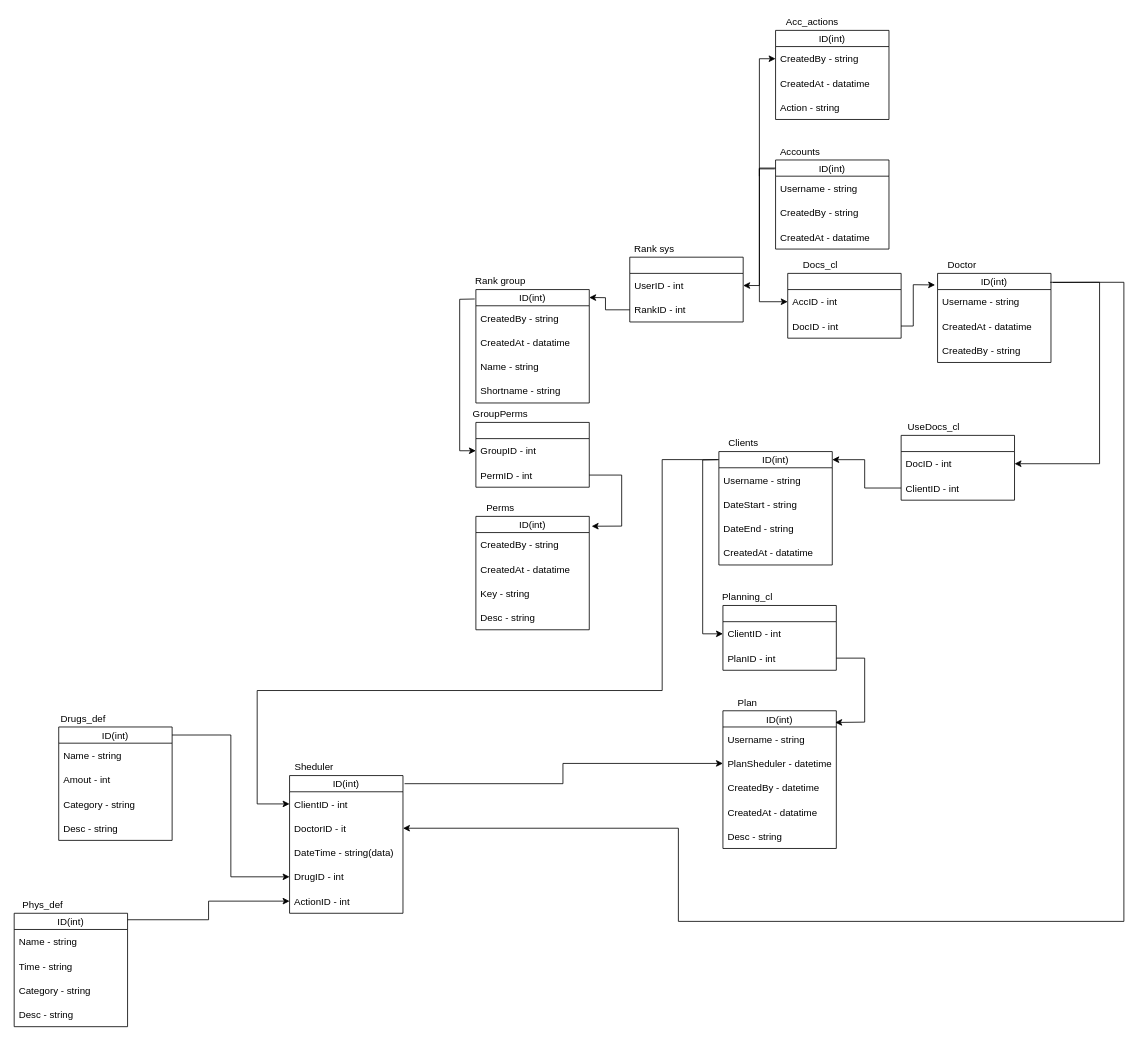
Before: database_sv/ASU-BD.drawio in SlinkyLink/ACS-MED, a draw.io diagram. Source tidied: cells renumbered, new cells numbered last; positions are measured from the earlier drawing's top-left corner, leaving out a move shared by most shapes. Both pictures are drawn from the tidied source at 81%, with x=0, y=0 at pixel (14, 14).
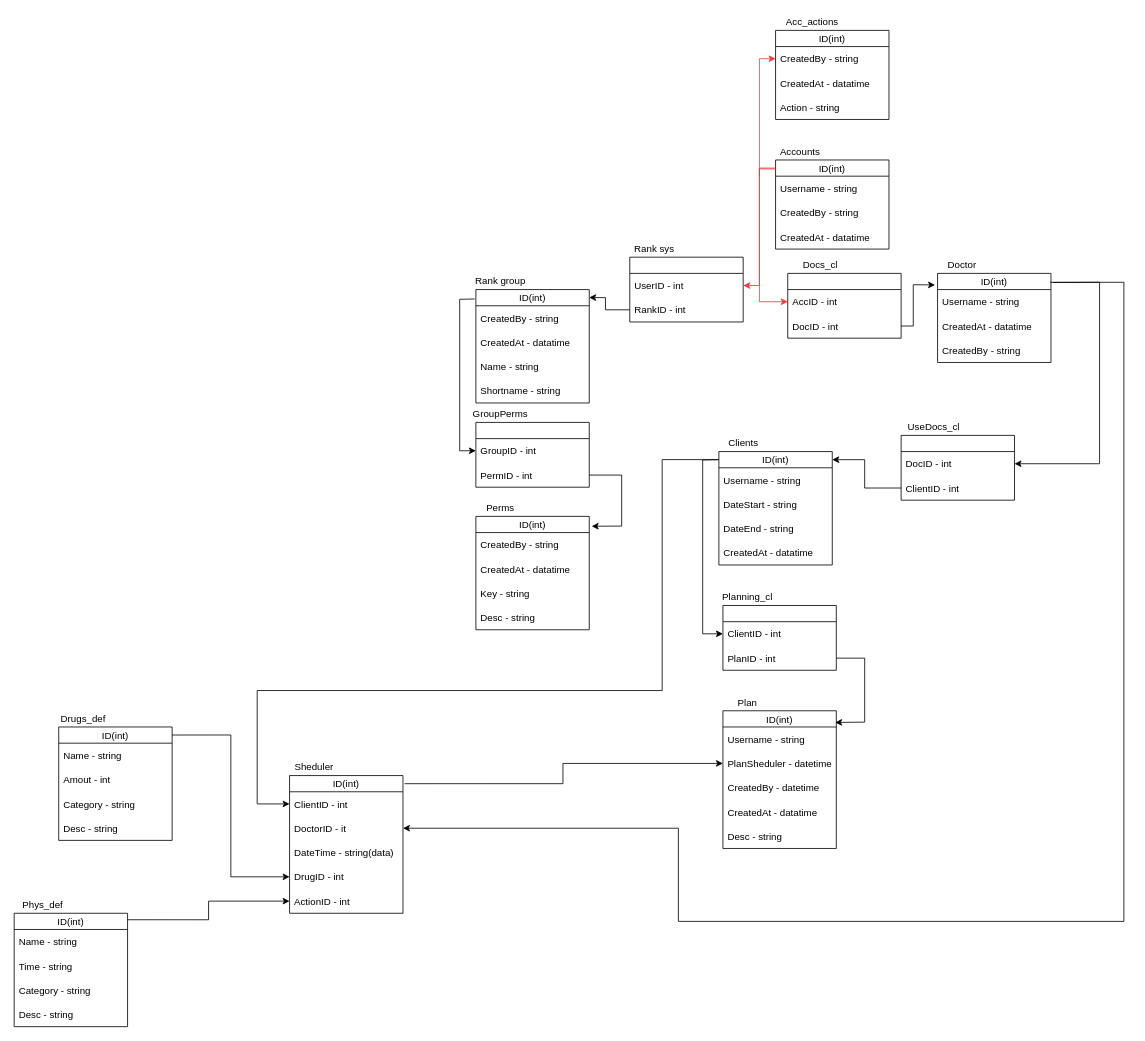
The same diagram, later.

Unchanged cells that the change refers to:
```xml
<mxCell id="2" value="ID(int)" style="swimlane;fontStyle=0;horizontal=1;startSize=20;align=center;" parent="1" vertex="1">
  <mxGeometry x="940" y="180" width="140" height="110" as="geometry" />
</mxCell>
<mxCell id="8" value="UserID - int" style="text;strokeColor=none;fillColor=none;align=left;verticalAlign=middle;spacingLeft=4;spacingRight=4;overflow=hidden;points=[[0,0.5],[1,0.5]];portConstraint=eastwest;" parent="7" vertex="1">
  <mxGeometry y="20" width="140" height="30" as="geometry" />
</mxCell>
<mxCell id="32" value="CreatedBy - string" style="text;strokeColor=none;fillColor=none;align=left;verticalAlign=middle;spacingLeft=4;spacingRight=4;overflow=hidden;points=[[0,0.5],[1,0.5]];portConstraint=eastwest;" parent="31" vertex="1">
  <mxGeometry y="20" width="140" height="30" as="geometry" />
</mxCell>
<mxCell id="62" value="AccID - int" style="text;strokeColor=none;fillColor=none;align=left;verticalAlign=middle;spacingLeft=4;spacingRight=4;overflow=hidden;points=[[0,0.5],[1,0.5]];portConstraint=eastwest;" parent="61" vertex="1">
  <mxGeometry y="20" width="140" height="30" as="geometry" />
</mxCell>
```

What changed in the source:
```diff
@@
-    <mxCell id="11" style="endArrow=classic;html=1;rounded=0;entryX=1;entryY=0.5;entryDx=0;entryDy=0;exitX=-0.007;exitY=0.1;exitDx=0;exitDy=0;exitPerimeter=0;" parent="1" edge="1" source="2" target="8">
+    <mxCell id="11" style="endArrow=classic;html=1;rounded=0;entryX=1;entryY=0.5;entryDx=0;entryDy=0;exitX=-0.007;exitY=0.1;exitDx=0;exitDy=0;exitPerimeter=0;strokeColor=#FF3333;" parent="1" edge="1" source="2" target="8">
       <mxGeometry relative="1" as="geometry">
         <Array as="points">
           <mxPoint x="920" y="191" />
           <mxPoint x="920" y="335" />
         </Array>
       </mxGeometry>
     </mxCell>
@@
-    <mxCell id="36" style="endArrow=classic;html=1;rounded=0;entryX=0;entryY=0.5;entryDx=0;entryDy=0;" parent="1" edge="1" target="32">
+    <mxCell id="36" style="endArrow=classic;html=1;rounded=0;entryX=0;entryY=0.5;entryDx=0;entryDy=0;strokeColor=#FF3333;" parent="1" edge="1" target="32">
       <mxGeometry relative="1" as="geometry">
         <mxPoint x="920" y="200" as="sourcePoint" />
         <Array as="points">
           <mxPoint x="920" y="55" />
         </Array>
       </mxGeometry>
     </mxCell>
@@
-    <mxCell id="64" style="endArrow=classic;html=1;rounded=0;entryX=0;entryY=0.5;entryDx=0;entryDy=0;" parent="1" edge="1" target="62">
+    <mxCell id="64" style="endArrow=classic;html=1;rounded=0;entryX=0;entryY=0.5;entryDx=0;entryDy=0;strokeColor=#FF3333;" parent="1" edge="1" target="62">
       <mxGeometry relative="1" as="geometry">
         <mxPoint x="940" y="190" as="sourcePoint" />
         <Array as="points">
           <mxPoint x="920" y="190" />
           <mxPoint x="920" y="355" />
         </Array>
       </mxGeometry>
     </mxCell>
```
